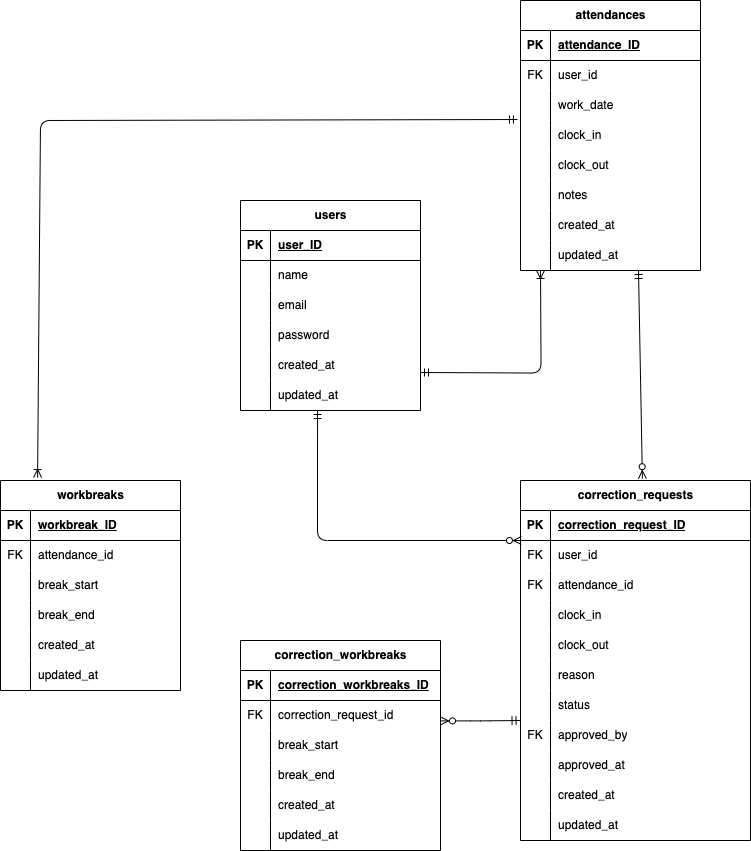
Earlier version of the draw.io export docs/er.drawio.png (Maki625/mogi2). Source tidied: cells renumbered, new cells last; positions are measured from the earlier drawing's top-left corner, leaving out a move shared by most shapes.
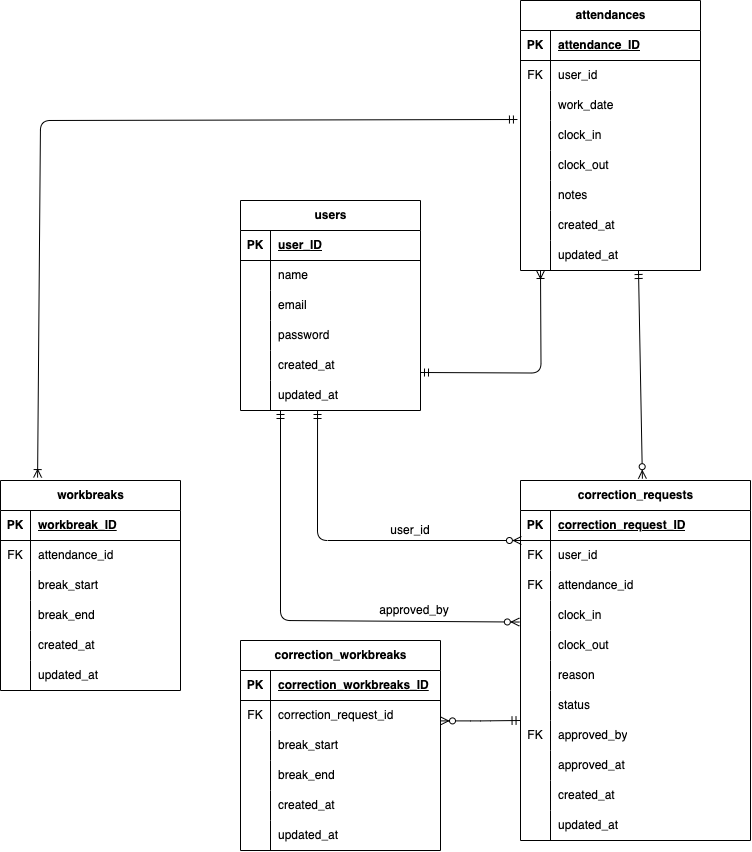
After the change.

Diff of the diagram source:
```diff
@@ -384,5 +384,23 @@
         </Array>
       </mxGeometry>
     </mxCell>
+    <mxCell id="123" style="fontSize=12;html=1;endArrow=ERzeroToMany;startArrow=ERmandOne;exitX=0.428;exitY=1;exitDx=0;exitDy=0;exitPerimeter=0;entryX=-0.005;entryY=0.718;entryDx=0;entryDy=0;entryPerimeter=0;" parent="1" edge="1" target="75">
+      <mxGeometry relative="1" as="geometry">
+        <mxPoint x="280" y="410" as="sourcePoint" />
+        <Array as="points">
+          <mxPoint x="280" y="620" />
+        </Array>
+      </mxGeometry>
+    </mxCell>
+    <object id="124" label="user_id" name="Variable" placeholders="1">
+      <mxCell style="text;html=1;strokeColor=none;fillColor=none;align=center;verticalAlign=middle;whiteSpace=wrap;overflow=hidden;" parent="1" vertex="1">
+        <mxGeometry x="370" y="520" width="80" height="20" as="geometry" />
+      </mxCell>
+    </object>
+    <object id="125" label="approved_by" name="Variable" placeholders="1">
+      <mxCell style="text;html=1;strokeColor=none;fillColor=none;align=center;verticalAlign=middle;whiteSpace=wrap;overflow=hidden;" parent="1" vertex="1">
+        <mxGeometry x="374" y="600" width="80" height="20" as="geometry" />
+      </mxCell>
+    </object>
   </root>
 </mxGraphModel>
```
